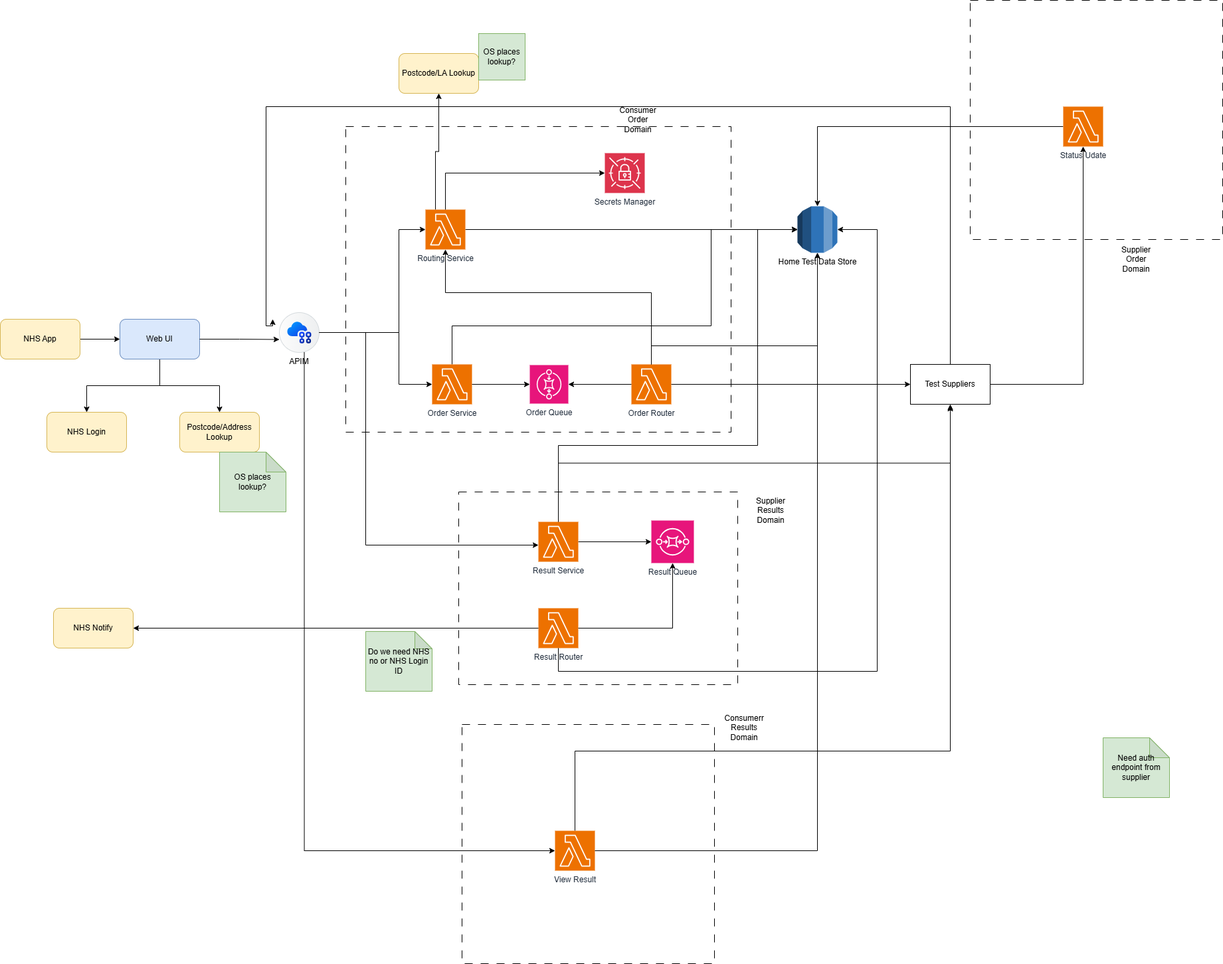
NHSDigital/hometest-service keeps this draw.io diagram as architecture/AWS_Component_Diagram.drawio.png. Above is the earlier version. Source tidied: cells renumbered, new cells last; positions are measured from the earlier drawing's top-left corner, leaving out a move shared by most shapes.
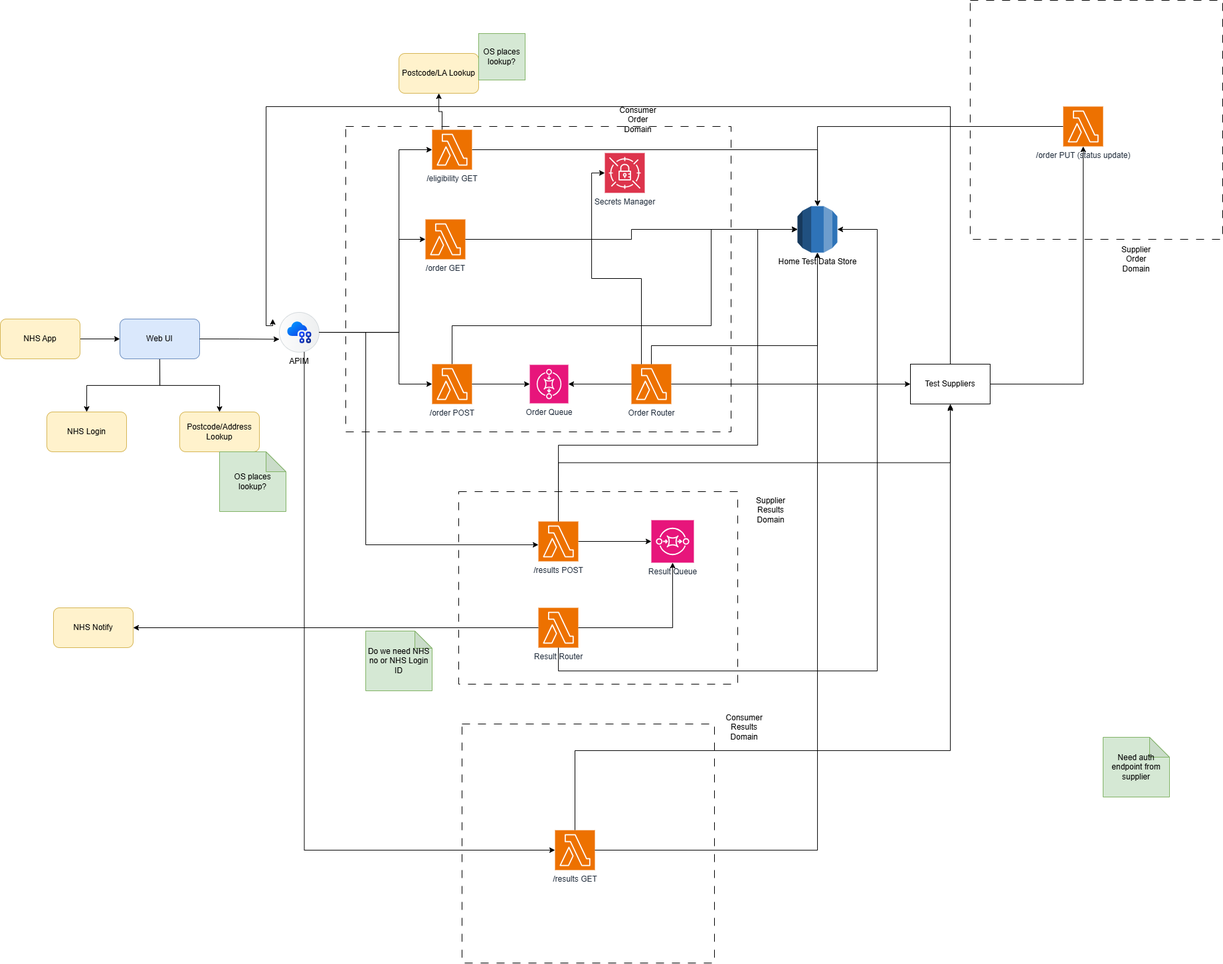
Above is the later version.

Commit message:
docs: update architecture details

What changed in the source:
```diff
@@ -20,7 +20,7 @@
         </Array>
       </mxGeometry>
     </mxCell>
-    <mxCell id="6" value="Order Service" style="sketch=0;points=[[0,0,0],[0.25,0,0],[0.5,0,0],[0.75,0,0],[1,0,0],[0,1,0],[0.25,1,0],[0.5,1,0],[0.75,1,0],[1,1,0],[0,0.25,0],[0,0.5,0],[0,0.75,0],[1,0.25,0],[1,0.5,0],[1,0.75,0]];outlineConnect=0;fontColor=#232F3E;fillColor=#ED7100;strokeColor=#ffffff;dashed=0;verticalLabelPosition=bottom;verticalAlign=top;align=center;html=1;fontSize=12;fontStyle=0;shape=mxgraph.aws4.resourceIcon;resIcon=mxgraph.aws4.lambda;" parent="1" vertex="1">
+    <mxCell id="6" value="/order POST" style="sketch=0;points=[[0,0,0],[0.25,0,0],[0.5,0,0],[0.75,0,0],[1,0,0],[0,1,0],[0.25,1,0],[0.5,1,0],[0.75,1,0],[1,1,0],[0,0.25,0],[0,0.5,0],[0,0.75,0],[1,0.25,0],[1,0.5,0],[1,0.75,0]];outlineConnect=0;fontColor=#232F3E;fillColor=#ED7100;strokeColor=#ffffff;dashed=0;verticalLabelPosition=bottom;verticalAlign=top;align=center;html=1;fontSize=12;fontStyle=0;shape=mxgraph.aws4.resourceIcon;resIcon=mxgraph.aws4.lambda;" parent="1" vertex="1">
       <mxGeometry x="650" y="548" width="60" height="60" as="geometry" />
     </mxCell>
     <mxCell id="7" value="Home Test Data Store" style="outlineConnect=0;dashed=0;verticalLabelPosition=bottom;verticalAlign=top;align=center;html=1;shape=mxgraph.aws3.rds;fillColor=#2E73B8;gradientColor=none;" parent="1" vertex="1">
@@ -35,17 +35,9 @@
     <mxCell id="10" style="edgeStyle=orthogonalEdgeStyle;rounded=0;jettySize=auto;html=1;exitX=0.25;exitY=0;exitDx=0;exitDy=0;exitPerimeter=0;" parent="1" edge="1" source="11" target="47">
       <mxGeometry relative="1" as="geometry" />
     </mxCell>
-    <mxCell id="11" value="Routing Service" style="sketch=0;points=[[0,0,0],[0.25,0,0],[0.5,0,0],[0.75,0,0],[1,0,0],[0,1,0],[0.25,1,0],[0.5,1,0],[0.75,1,0],[1,1,0],[0,0.25,0],[0,0.5,0],[0,0.75,0],[1,0.25,0],[1,0.5,0],[1,0.75,0]];outlineConnect=0;fontColor=#232F3E;fillColor=#ED7100;strokeColor=#ffffff;dashed=0;verticalLabelPosition=bottom;verticalAlign=top;align=center;html=1;fontSize=12;fontStyle=0;shape=mxgraph.aws4.resourceIcon;resIcon=mxgraph.aws4.lambda;" parent="1" vertex="1">
-      <mxGeometry x="640" y="315" width="60" height="60" as="geometry" />
+    <mxCell id="11" value="/eligibility GET" style="sketch=0;points=[[0,0,0],[0.25,0,0],[0.5,0,0],[0.75,0,0],[1,0,0],[0,1,0],[0.25,1,0],[0.5,1,0],[0.75,1,0],[1,1,0],[0,0.25,0],[0,0.5,0],[0,0.75,0],[1,0.25,0],[1,0.5,0],[1,0.75,0]];outlineConnect=0;fontColor=#232F3E;fillColor=#ED7100;strokeColor=#ffffff;dashed=0;verticalLabelPosition=bottom;verticalAlign=top;align=center;html=1;fontSize=12;fontStyle=0;shape=mxgraph.aws4.resourceIcon;resIcon=mxgraph.aws4.lambda;" parent="1" vertex="1">
+      <mxGeometry x="650" y="195" width="60" height="60" as="geometry" />
     </mxCell>
-    <mxCell id="12" style="edgeStyle=orthogonalEdgeStyle;rounded=0;jettySize=auto;html=1;exitX=0.5;exitY=0;exitDx=0;exitDy=0;exitPerimeter=0;entryX=0.5;entryY=1;entryDx=0;entryDy=0;entryPerimeter=0;" parent="1" edge="1" source="8" target="11">
-      <mxGeometry relative="1" as="geometry">
-        <Array as="points">
-          <mxPoint x="980" y="440" />
-          <mxPoint x="670" y="440" />
-        </Array>
-      </mxGeometry>
-    </mxCell>
     <mxCell id="13" style="endArrow=classic;html=1;rounded=0;exitX=1;exitY=0.5;exitDx=0;exitDy=0;exitPerimeter=0;" parent="1" edge="1" source="8" target="15">
       <mxGeometry relative="1" as="geometry" />
     </mxCell>
@@ -67,7 +59,7 @@
     <mxCell id="19" style="edgeStyle=orthogonalEdgeStyle;rounded=0;jettySize=auto;html=1;exitX=0.5;exitY=0;exitDx=0;exitDy=0;exitPerimeter=0;" parent="1" edge="1" source="20" target="15">
       <mxGeometry relative="1" as="geometry" />
     </mxCell>
-    <mxCell id="20" value="Result Service" style="sketch=0;points=[[0,0,0],[0.25,0,0],[0.5,0,0],[0.75,0,0],[1,0,0],[0,1,0],[0.25,1,0],[0.5,1,0],[0.75,1,0],[1,1,0],[0,0.25,0],[0,0.5,0],[0,0.75,0],[1,0.25,0],[1,0.5,0],[1,0.75,0]];outlineConnect=0;fontColor=#232F3E;fillColor=#ED7100;strokeColor=#ffffff;dashed=0;verticalLabelPosition=bottom;verticalAlign=top;align=center;html=1;fontSize=12;fontStyle=0;shape=mxgraph.aws4.resourceIcon;resIcon=mxgraph.aws4.lambda;" parent="1" vertex="1">
+    <mxCell id="20" value="/results POST" style="sketch=0;points=[[0,0,0],[0.25,0,0],[0.5,0,0],[0.75,0,0],[1,0,0],[0,1,0],[0.25,1,0],[0.5,1,0],[0.75,1,0],[1,1,0],[0,0.25,0],[0,0.5,0],[0,0.75,0],[1,0.25,0],[1,0.5,0],[1,0.75,0]];outlineConnect=0;fontColor=#232F3E;fillColor=#ED7100;strokeColor=#ffffff;dashed=0;verticalLabelPosition=bottom;verticalAlign=top;align=center;html=1;fontSize=12;fontStyle=0;shape=mxgraph.aws4.resourceIcon;resIcon=mxgraph.aws4.lambda;" parent="1" vertex="1">
       <mxGeometry x="810" y="785" width="60" height="60" as="geometry" />
     </mxCell>
     <mxCell id="21" value="Result Router" style="sketch=0;points=[[0,0,0],[0.25,0,0],[0.5,0,0],[0.75,0,0],[1,0,0],[0,1,0],[0.25,1,0],[0.5,1,0],[0.75,1,0],[1,1,0],[0,0.25,0],[0,0.5,0],[0,0.75,0],[1,0.25,0],[1,0.5,0],[1,0.75,0]];outlineConnect=0;fontColor=#232F3E;fillColor=#ED7100;strokeColor=#ffffff;dashed=0;verticalLabelPosition=bottom;verticalAlign=top;align=center;html=1;fontSize=12;fontStyle=0;shape=mxgraph.aws4.resourceIcon;resIcon=mxgraph.aws4.lambda;" parent="1" vertex="1">
@@ -82,7 +74,7 @@
     <mxCell id="24" style="edgeStyle=orthogonalEdgeStyle;rounded=0;jettySize=auto;html=1;exitX=0;exitY=0.5;exitDx=0;exitDy=0;exitPerimeter=0;entryX=1;entryY=0.5;entryDx=0;entryDy=0;" parent="1" edge="1" source="21" target="23">
       <mxGeometry relative="1" as="geometry" />
     </mxCell>
-    <mxCell id="25" style="edgeStyle=orthogonalEdgeStyle;rounded=0;jettySize=auto;html=1;exitX=0.5;exitY=0;exitDx=0;exitDy=0;exitPerimeter=0;entryX=0;entryY=0.5;entryDx=0;entryDy=0;entryPerimeter=0;" parent="1" edge="1" source="11" target="16">
+    <mxCell id="25" style="edgeStyle=orthogonalEdgeStyle;rounded=0;jettySize=auto;html=1;exitX=0.25;exitY=0;exitDx=0;exitDy=0;exitPerimeter=0;entryX=0;entryY=0.5;entryDx=0;entryDy=0;entryPerimeter=0;" parent="1" edge="1" source="8" target="16">
       <mxGeometry relative="1" as="geometry" />
     </mxCell>
     <mxCell id="26" style="edgeStyle=orthogonalEdgeStyle;rounded=0;jettySize=auto;html=1;exitX=1;exitY=0.5;exitDx=0;exitDy=0;exitPerimeter=0;" parent="1" edge="1" source="17" target="20">
@@ -97,7 +89,7 @@
       <mxGeometry relative="1" as="geometry">
         <Array as="points">
           <mxPoint x="600" y="500" />
-          <mxPoint x="600" y="345" />
+          <mxPoint x="600" y="225" />
         </Array>
       </mxGeometry>
     </mxCell>
@@ -198,7 +190,7 @@
     <mxCell id="49" style="edgeStyle=orthogonalEdgeStyle;rounded=0;jettySize=auto;html=1;exitX=0;exitY=0.5;exitDx=0;exitDy=0;exitPerimeter=0;" parent="1" edge="1" source="50" target="7">
       <mxGeometry relative="1" as="geometry" />
     </mxCell>
-    <mxCell id="50" value="Status Udate" style="sketch=0;points=[[0,0,0],[0.25,0,0],[0.5,0,0],[0.75,0,0],[1,0,0],[0,1,0],[0.25,1,0],[0.5,1,0],[0.75,1,0],[1,1,0],[0,0.25,0],[0,0.5,0],[0,0.75,0],[1,0.25,0],[1,0.5,0],[1,0.75,0]];outlineConnect=0;fontColor=#232F3E;fillColor=#ED7100;strokeColor=#ffffff;dashed=0;verticalLabelPosition=bottom;verticalAlign=top;align=center;html=1;fontSize=12;fontStyle=0;shape=mxgraph.aws4.resourceIcon;resIcon=mxgraph.aws4.lambda;" parent="1" vertex="1">
+    <mxCell id="50" value="/order PUT (status update)" style="sketch=0;points=[[0,0,0],[0.25,0,0],[0.5,0,0],[0.75,0,0],[1,0,0],[0,1,0],[0.25,1,0],[0.5,1,0],[0.75,1,0],[1,1,0],[0,0.25,0],[0,0.5,0],[0,0.75,0],[1,0.25,0],[1,0.5,0],[1,0.75,0]];outlineConnect=0;fontColor=#232F3E;fillColor=#ED7100;strokeColor=#ffffff;dashed=0;verticalLabelPosition=bottom;verticalAlign=top;align=center;html=1;fontSize=12;fontStyle=0;shape=mxgraph.aws4.resourceIcon;resIcon=mxgraph.aws4.lambda;" parent="1" vertex="1">
       <mxGeometry x="1600" y="160" width="60" height="60" as="geometry" />
     </mxCell>
     <mxCell id="51" value="Do we need NHS no or NHS Login ID" style="shape=note;whiteSpace=wrap;html=1;backgroundOutline=1;darkOpacity=0.05;fillColor=#d5e8d4;strokeColor=#82b366;size=26;" parent="1" vertex="1">
@@ -216,7 +208,7 @@
         </Array>
       </mxGeometry>
     </mxCell>
-    <mxCell id="54" value="View Result" style="sketch=0;points=[[0,0,0],[0.25,0,0],[0.5,0,0],[0.75,0,0],[1,0,0],[0,1,0],[0.25,1,0],[0.5,1,0],[0.75,1,0],[1,1,0],[0,0.25,0],[0,0.5,0],[0,0.75,0],[1,0.25,0],[1,0.5,0],[1,0.75,0]];outlineConnect=0;fontColor=#232F3E;fillColor=#ED7100;strokeColor=#ffffff;dashed=0;verticalLabelPosition=bottom;verticalAlign=top;align=center;html=1;fontSize=12;fontStyle=0;shape=mxgraph.aws4.resourceIcon;resIcon=mxgraph.aws4.lambda;" parent="1" vertex="1">
+    <mxCell id="54" value="/results GET" style="sketch=0;points=[[0,0,0],[0.25,0,0],[0.5,0,0],[0.75,0,0],[1,0,0],[0,1,0],[0.25,1,0],[0.5,1,0],[0.75,1,0],[1,1,0],[0,0.25,0],[0,0.5,0],[0,0.75,0],[1,0.25,0],[1,0.5,0],[1,0.75,0]];outlineConnect=0;fontColor=#232F3E;fillColor=#ED7100;strokeColor=#ffffff;dashed=0;verticalLabelPosition=bottom;verticalAlign=top;align=center;html=1;fontSize=12;fontStyle=0;shape=mxgraph.aws4.resourceIcon;resIcon=mxgraph.aws4.lambda;" parent="1" vertex="1">
       <mxGeometry x="835" y="1250" width="60" height="60" as="geometry" />
     </mxCell>
     <mxCell id="55" style="edgeStyle=orthogonalEdgeStyle;rounded=0;jettySize=auto;html=1;exitX=0.625;exitY=1;exitDx=0;exitDy=0;exitPerimeter=0;entryX=0;entryY=0.5;entryDx=0;entryDy=0;entryPerimeter=0;" parent="1" edge="1" source="17" target="54">
@@ -234,11 +226,25 @@
     <mxCell id="59" value="Supplier Results Domain" style="text;html=1;whiteSpace=wrap;strokeColor=none;fillColor=none;align=center;verticalAlign=middle;rounded=0;" parent="1" vertex="1">
       <mxGeometry x="1130" y="753" width="60" height="30" as="geometry" />
     </mxCell>
-    <mxCell id="60" value="Consumerr Results Domain" style="text;html=1;whiteSpace=wrap;strokeColor=none;fillColor=none;align=center;verticalAlign=middle;rounded=0;" parent="1" vertex="1">
+    <mxCell id="60" value="Consumer Results Domain" style="text;html=1;whiteSpace=wrap;strokeColor=none;fillColor=none;align=center;verticalAlign=middle;rounded=0;" parent="1" vertex="1">
       <mxGeometry x="1090" y="1080" width="60" height="30" as="geometry" />
     </mxCell>
     <mxCell id="61" value="Need auth endpoint from supplier" style="shape=note;whiteSpace=wrap;html=1;backgroundOutline=1;darkOpacity=0.05;fillColor=#d5e8d4;strokeColor=#82b366;" parent="1" vertex="1">
       <mxGeometry x="1660" y="1110" width="100" height="90" as="geometry" />
     </mxCell>
+    <mxCell id="62" value="/order GET" style="sketch=0;points=[[0,0,0],[0.25,0,0],[0.5,0,0],[0.75,0,0],[1,0,0],[0,1,0],[0.25,1,0],[0.5,1,0],[0.75,1,0],[1,1,0],[0,0.25,0],[0,0.5,0],[0,0.75,0],[1,0.25,0],[1,0.5,0],[1,0.75,0]];outlineConnect=0;fontColor=#232F3E;fillColor=#ED7100;strokeColor=#ffffff;dashed=0;verticalLabelPosition=bottom;verticalAlign=top;align=center;html=1;fontSize=12;fontStyle=0;shape=mxgraph.aws4.resourceIcon;resIcon=mxgraph.aws4.lambda;" parent="1" vertex="1">
+      <mxGeometry x="640" y="330" width="60" height="60" as="geometry" />
+    </mxCell>
+    <mxCell id="63" style="edgeStyle=orthogonalEdgeStyle;rounded=0;jettySize=auto;html=1;exitX=1;exitY=0.5;exitDx=0;exitDy=0;exitPerimeter=0;entryX=0;entryY=0.5;entryDx=0;entryDy=0;entryPerimeter=0;" parent="1" edge="1" source="17" target="62">
+      <mxGeometry relative="1" as="geometry">
+        <Array as="points">
+          <mxPoint x="600" y="500" />
+          <mxPoint x="600" y="360" />
+        </Array>
+      </mxGeometry>
+    </mxCell>
+    <mxCell id="64" style="edgeStyle=orthogonalEdgeStyle;rounded=0;jettySize=auto;html=1;exitX=1;exitY=0.5;exitDx=0;exitDy=0;exitPerimeter=0;entryX=0;entryY=0.5;entryDx=0;entryDy=0;entryPerimeter=0;" parent="1" edge="1" source="62" target="7">
+      <mxGeometry relative="1" as="geometry" />
+    </mxCell>
   </root>
 </mxGraphModel>
```
